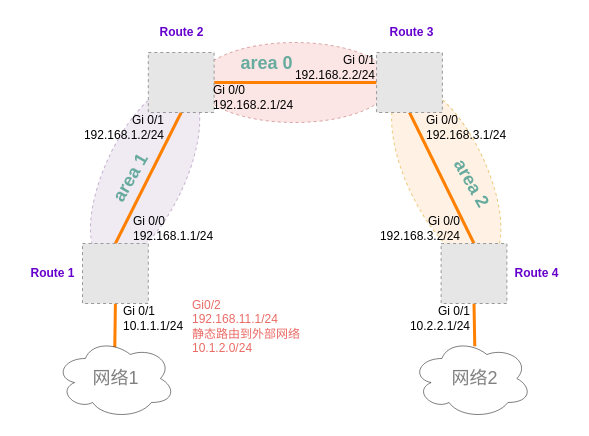
Before: Documentation/Router/OSPF/OSPF redistribution.drawio in KerwinKwong/Draw, a draw.io diagram. Source tidied: cells renumbered, new cells numbered last; positions are measured from the earlier drawing's top-left corner, leaving out a move shared by most shapes. Both pictures are drawn from the tidied source at 100%, with x=0, y=0 at pixel (17, 17). Pictures stored in the file or linked from it are replaced by grey dashed boxes.
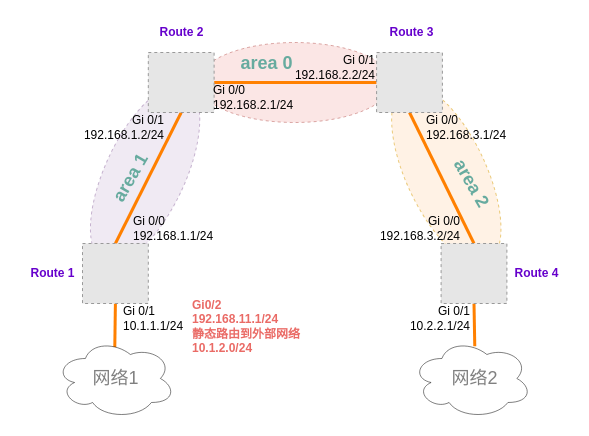
The same diagram, later.

Change to the diagram source:
```diff
@@
-    <mxCell id="8" value="Gi0/2&lt;br style=&quot;font-size: 12px;&quot;&gt;&lt;span style=&quot;font-size: 12px;&quot;&gt;&lt;/span&gt;&lt;span style=&quot;font-size: 12px;&quot;&gt;192.168.11.1/24&lt;br style=&quot;font-size: 12px;&quot;&gt;&lt;/span&gt;&lt;span style=&quot;font-size: 12px;&quot;&gt;&lt;/span&gt;&lt;span style=&quot;font-size: 12px;&quot;&gt;静态路由到外部网络&lt;br style=&quot;font-size: 12px;&quot;&gt;&lt;/span&gt;&lt;span style=&quot;font-size: 12px;&quot;&gt;&lt;/span&gt;&lt;span style=&quot;font-size: 12px;&quot;&gt;10.1.2.0/24&lt;/span&gt;" style="text;html=1;strokeColor=none;fillColor=none;align=left;verticalAlign=middle;whiteSpace=wrap;rounded=0;fontSize=12;fontColor=#EA6B66;" parent="1" vertex="1">
+    <mxCell id="8" value="Gi0/2&lt;br style=&quot;font-size: 12px;&quot;&gt;&lt;span style=&quot;font-size: 12px;&quot;&gt;&lt;/span&gt;&lt;span style=&quot;font-size: 12px;&quot;&gt;192.168.11.1/24&lt;br style=&quot;font-size: 12px;&quot;&gt;&lt;/span&gt;&lt;span style=&quot;font-size: 12px;&quot;&gt;&lt;/span&gt;&lt;span style=&quot;font-size: 12px;&quot;&gt;静态路由到外部网络&lt;br style=&quot;font-size: 12px;&quot;&gt;&lt;/span&gt;&lt;span style=&quot;font-size: 12px;&quot;&gt;&lt;/span&gt;&lt;span style=&quot;font-size: 12px;&quot;&gt;10.1.2.0/24&lt;/span&gt;" style="text;html=1;strokeColor=none;fillColor=none;align=left;verticalAlign=middle;whiteSpace=wrap;rounded=0;fontSize=12;fontColor=#EA6B66;fontStyle=1;" parent="1" vertex="1">
       <mxGeometry x="173" y="279" width="140" height="60" as="geometry" />
     </mxCell>
```
